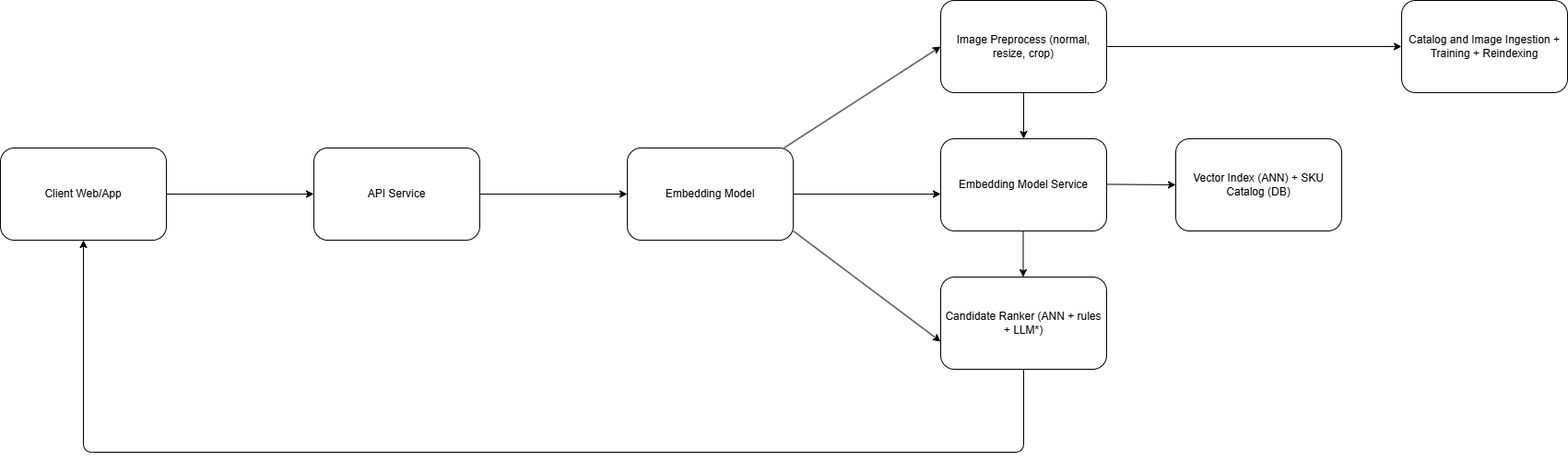
This is flow.drawio.png from jf-labs/Mat-Vis-Net, a draw.io export, as it was before one commit. Source tidied: cells renumbered, new cells last; positions are measured from the earlier drawing's top-left corner, leaving out a move shared by most shapes.
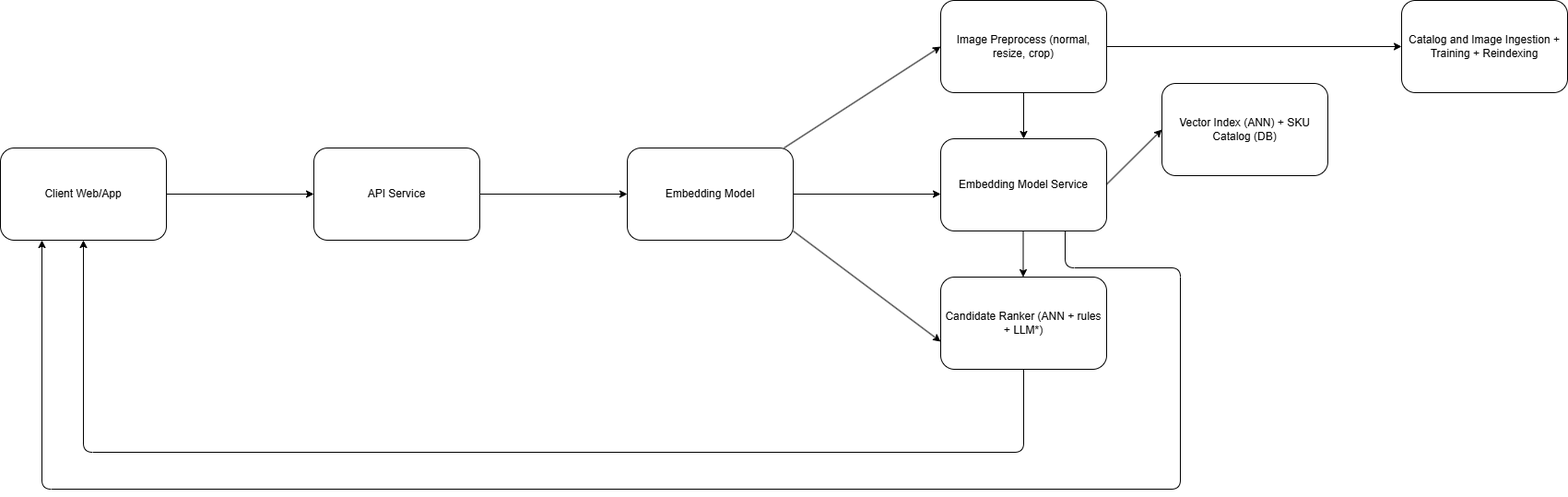
Above is the later version.

Commit message:
Added EMS-UI arrow

Diff of the diagram source:
```diff
@@ -41,6 +41,16 @@
     <mxCell id="10" value="Image Preprocess (normal, resize, crop)" style="rounded=1;whiteSpace=wrap;html=1;" parent="1" vertex="1">
       <mxGeometry x="1020" width="180" height="100" as="geometry" />
     </mxCell>
+    <mxCell id="20" style="edgeStyle=none;html=1;exitX=0.75;exitY=1;exitDx=0;exitDy=0;entryX=0.25;entryY=1;entryDx=0;entryDy=0;" parent="1" edge="1" source="11" target="2">
+      <mxGeometry relative="1" as="geometry">
+        <Array as="points">
+          <mxPoint x="1155" y="290" />
+          <mxPoint x="1280" y="290" />
+          <mxPoint x="1280" y="530" />
+          <mxPoint x="45" y="530" />
+        </Array>
+      </mxGeometry>
+    </mxCell>
     <mxCell id="11" value="Embedding Model Service" style="rounded=1;whiteSpace=wrap;html=1;" parent="1" vertex="1">
       <mxGeometry x="1020" y="150" width="180" height="100" as="geometry" />
     </mxCell>
@@ -63,7 +73,7 @@
       <mxGeometry x="1520" width="180" height="100" as="geometry" />
     </mxCell>
     <mxCell id="17" value="Vector Index (ANN) + SKU Catalog (DB)" style="rounded=1;whiteSpace=wrap;html=1;" parent="1" vertex="1">
-      <mxGeometry x="1275" y="150" width="180" height="100" as="geometry" />
+      <mxGeometry x="1260" y="90" width="180" height="100" as="geometry" />
     </mxCell>
     <mxCell id="18" style="endArrow=classic;html=1;exitX=1;exitY=0.5;exitDx=0;exitDy=0;entryX=0;entryY=0.5;entryDx=0;entryDy=0;" parent="1" edge="1" target="17">
       <mxGeometry relative="1" as="geometry">
```
